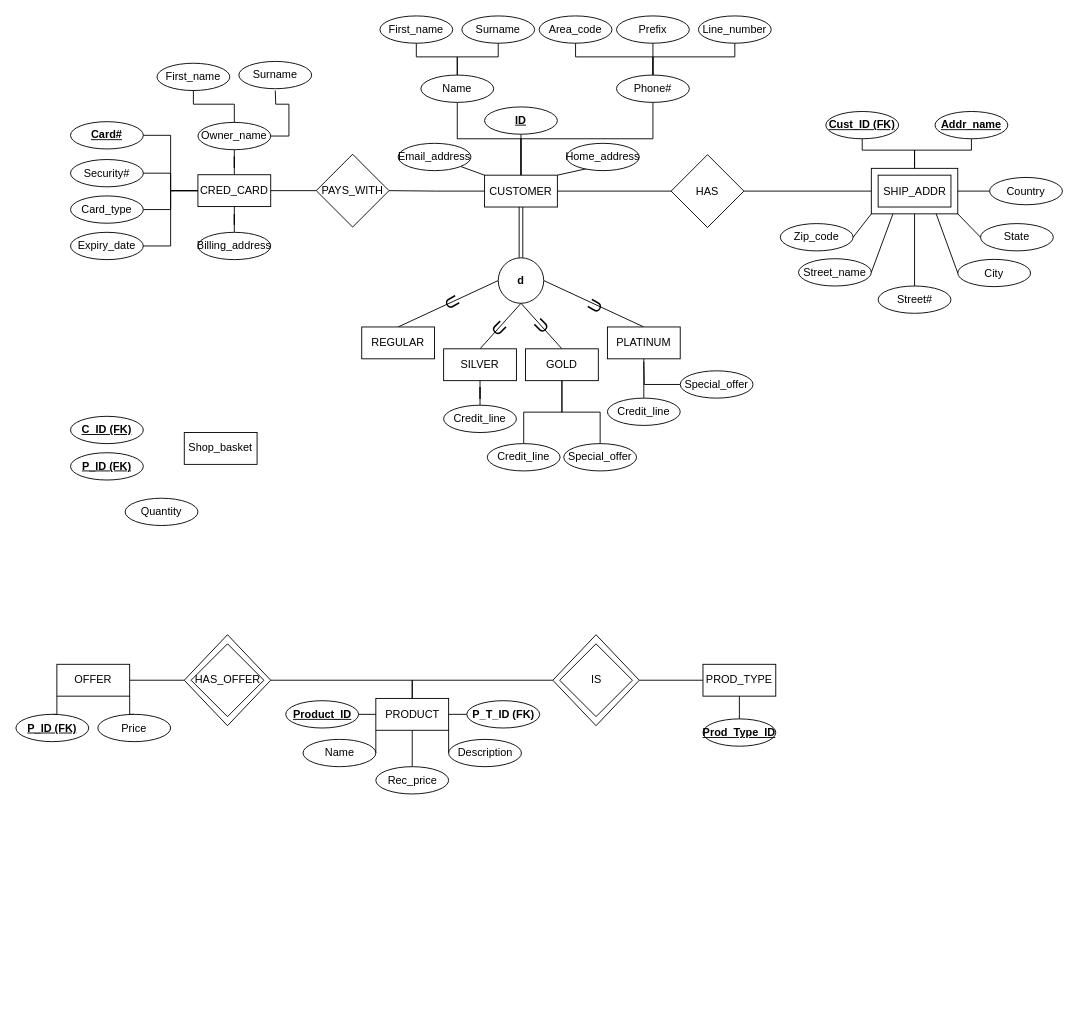
Earlier version of the draw.io diagram Project-Deliverable-1.drawio (RyBres/Database-Project). Source tidied: cells renumbered, new cells numbered last; positions are measured from the earlier drawing's top-left corner, leaving out a move shared by most shapes. Both pictures are drawn from the tidied source at 91%, with x=0, y=0 at pixel (15, 15).
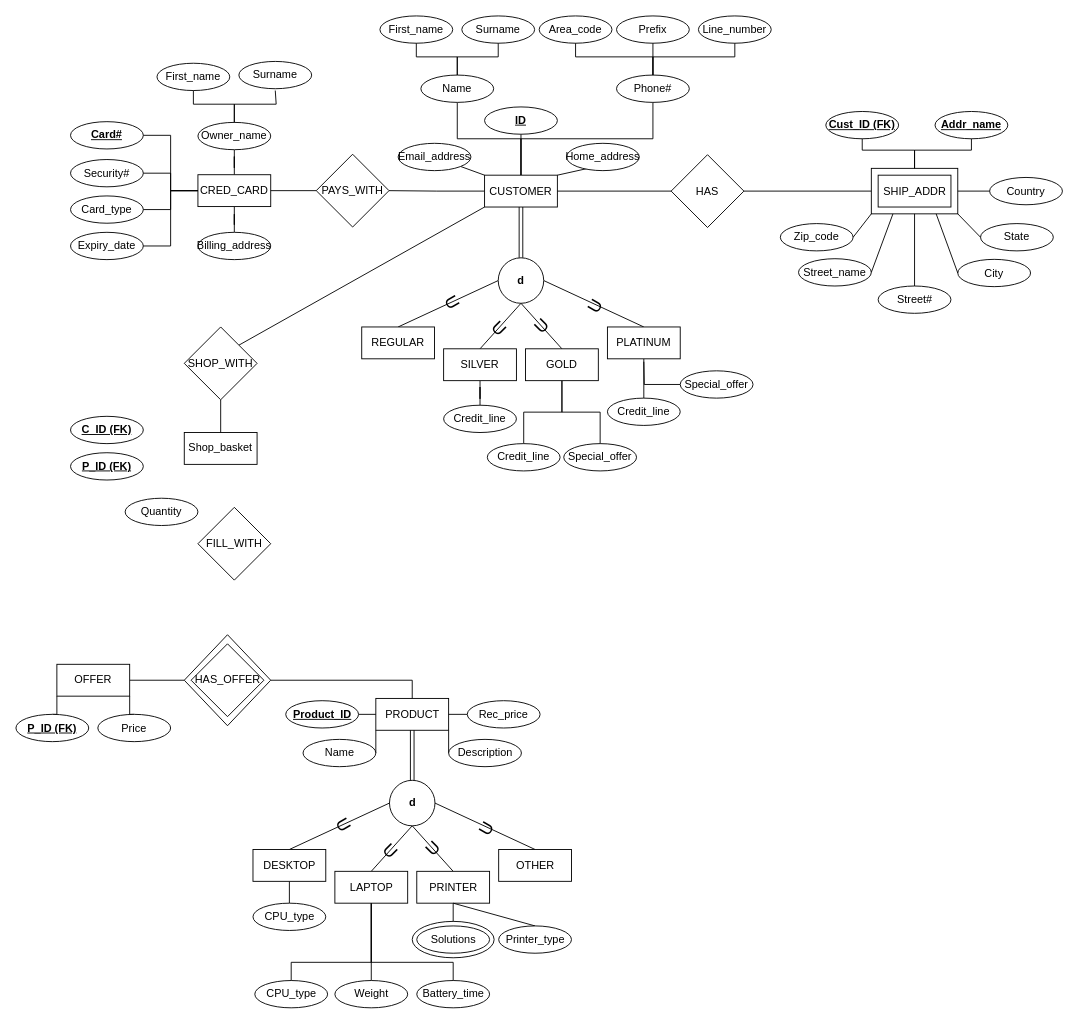
The same diagram, later.

Unchanged cells that the change refers to:
```xml
<mxCell id="8" style="group;" parent="1" vertex="1">
  <mxGeometry x="155" y="50" width="170" height="100" as="geometry" />
</mxCell>
<mxCell id="12" value="Owner_name" style="ellipse;whiteSpace=wrap;html=1;perimeterSpacing=0;" parent="11" vertex="1">
  <mxGeometry x="5" y="5" width="80" height="30" as="geometry" />
</mxCell>
<mxCell id="47" value="CUSTOMER" style="rounded=0;whiteSpace=wrap;html=1;" parent="40" vertex="1">
  <mxGeometry x="145" y="175" width="80" height="35" as="geometry" />
</mxCell>
<mxCell id="105" value="PRODUCT" style="rounded=0;whiteSpace=wrap;html=1;" parent="1" vertex="1">
  <mxGeometry x="395.5" y="750" width="80" height="35" as="geometry" />
</mxCell>
<mxCell id="125" value="Shop_basket" style="rounded=0;whiteSpace=wrap;html=1;" parent="1" vertex="1">
  <mxGeometry x="185" y="457.8" width="80" height="35" as="geometry" />
</mxCell>
```

What changed in the source:
```diff
@@
+    <mxCell id="129" style="ellipse;whiteSpace=wrap;html=1;" parent="1" vertex="1">
+      <mxGeometry x="435.5" y="995" width="90" height="40" as="geometry" />
+    </mxCell>
@@
     <mxCell id="13" style="edgeStyle=orthogonalEdgeStyle;rounded=0;jettySize=auto;html=1;endArrow=none;startFill=0;" parent="8" edge="1" source="12">
       <mxGeometry relative="1" as="geometry">
         <mxPoint x="130" y="32" as="targetPoint" />
+        <Array as="points">
+          <mxPoint x="85" y="47" />
+          <mxPoint x="131" y="47" />
+          <mxPoint x="131" y="32" />
+        </Array>
       </mxGeometry>
     </mxCell>
@@
-    <mxCell id="106" style="edgeStyle=orthogonalEdgeStyle;rounded=0;jettySize=auto;html=1;exitX=0;exitY=0.5;exitDx=0;exitDy=0;entryX=1;entryY=0.5;entryDx=0;entryDy=0;endArrow=none;startFill=0;" parent="1" edge="1" source="108" target="121">
-      <mxGeometry relative="1" as="geometry" />
-    </mxCell>
-    <mxCell id="107" style="edgeStyle=orthogonalEdgeStyle;rounded=0;jettySize=auto;html=1;exitX=0.5;exitY=1;exitDx=0;exitDy=0;entryX=0.5;entryY=0;entryDx=0;entryDy=0;endArrow=none;startFill=0;" parent="1" edge="1" source="108" target="119">
-      <mxGeometry relative="1" as="geometry" />
-    </mxCell>
-    <mxCell id="108" value="PROD_TYPE" style="rounded=0;whiteSpace=wrap;html=1;" parent="1" vertex="1">
-      <mxGeometry x="755" y="712.5" width="80" height="35" as="geometry" />
-    </mxCell>
@@
-    <mxCell id="113" style="edgeStyle=orthogonalEdgeStyle;rounded=0;jettySize=auto;html=1;exitX=0.5;exitY=0;exitDx=0;exitDy=0;entryX=0.5;entryY=1;entryDx=0;entryDy=0;endArrow=none;startFill=0;" parent="1" edge="1" source="114" target="105">
+    <mxCell id="113" style="edgeStyle=orthogonalEdgeStyle;rounded=0;jettySize=auto;html=1;exitX=0;exitY=0.5;exitDx=0;exitDy=0;entryX=1;entryY=0.5;entryDx=0;entryDy=0;endArrow=none;startFill=0;" parent="1" edge="1" source="114" target="105">
       <mxGeometry relative="1" as="geometry" />
     </mxCell>
     <mxCell id="114" value="Rec_price" style="ellipse;whiteSpace=wrap;html=1;" parent="1" vertex="1">
-      <mxGeometry x="395.5" y="825" width="80" height="30" as="geometry" />
+      <mxGeometry x="496" y="752.5" width="80" height="30" as="geometry" />
     </mxCell>
@@
-    <mxCell id="117" style="edgeStyle=orthogonalEdgeStyle;rounded=0;jettySize=auto;html=1;exitX=0;exitY=0.5;exitDx=0;exitDy=0;entryX=1;entryY=0.5;entryDx=0;entryDy=0;endArrow=none;startFill=0;" parent="1" edge="1" source="118" target="105">
-      <mxGeometry relative="1" as="geometry" />
-    </mxCell>
-    <mxCell id="118" value="&lt;b&gt;P_T_ID (FK)&lt;/b&gt;" style="ellipse;whiteSpace=wrap;html=1;" parent="1" vertex="1">
-      <mxGeometry x="495.5" y="752.5" width="80" height="30" as="geometry" />
-    </mxCell>
-    <mxCell id="119" value="&lt;b&gt;&lt;u&gt;Prod_Type_ID&lt;/u&gt;&lt;/b&gt;" style="ellipse;whiteSpace=wrap;html=1;" parent="1" vertex="1">
-      <mxGeometry x="755" y="772.5" width="80" height="30" as="geometry" />
-    </mxCell>
-    <mxCell id="120" style="group;" parent="1" vertex="1">
-      <mxGeometry x="590" y="680" width="95" height="100" as="geometry" />
-    </mxCell>
-    <mxCell id="121" style="rhombus;whiteSpace=wrap;html=1;" parent="120" vertex="1">
-      <mxGeometry width="95" height="100" as="geometry" />
-    </mxCell>
-    <mxCell id="122" value="IS" style="rhombus;whiteSpace=wrap;html=1;" parent="120" vertex="1">
-      <mxGeometry x="7.5" y="10" width="80" height="80" as="geometry" />
-    </mxCell>
-    <mxCell id="123" style="edgeStyle=orthogonalEdgeStyle;rounded=0;jettySize=auto;html=1;exitX=0;exitY=0.5;exitDx=0;exitDy=0;entryX=0.5;entryY=0;entryDx=0;entryDy=0;endArrow=none;startFill=0;" parent="1" edge="1" source="121" target="105">
-      <mxGeometry relative="1" as="geometry" />
-    </mxCell>
@@
+    <mxCell id="130" style="rounded=0;jettySize=auto;html=1;exitX=0;exitY=0.5;exitDx=0;exitDy=0;entryX=0.5;entryY=0;entryDx=0;entryDy=0;endArrow=none;startFill=0;" parent="1" edge="1" source="136" target="138">
+      <mxGeometry relative="1" as="geometry" />
+    </mxCell>
+    <mxCell id="131" style="rounded=0;jettySize=auto;html=1;exitX=0.5;exitY=1;exitDx=0;exitDy=0;entryX=0.5;entryY=0;entryDx=0;entryDy=0;endArrow=none;startFill=0;" parent="1" edge="1" source="136" target="143">
+      <mxGeometry relative="1" as="geometry" />
+    </mxCell>
+    <mxCell id="132" style="rounded=0;jettySize=auto;html=1;exitX=0.5;exitY=1;exitDx=0;exitDy=0;entryX=0.5;entryY=0;entryDx=0;entryDy=0;endArrow=none;startFill=0;" parent="1" edge="1" source="136" target="140">
+      <mxGeometry relative="1" as="geometry" />
+    </mxCell>
+    <mxCell id="133" style="rounded=0;jettySize=auto;html=1;exitX=1;exitY=0.5;exitDx=0;exitDy=0;entryX=0.5;entryY=0;entryDx=0;entryDy=0;endArrow=none;startFill=0;" parent="1" edge="1" source="136" target="144">
+      <mxGeometry relative="1" as="geometry" />
+    </mxCell>
+    <mxCell id="134" value="U" style="edgeLabel;align=center;verticalAlign=middle;rotation=-60;fontSize=19;labelBackgroundColor=none;" parent="133" vertex="1">
+      <mxGeometry y="1" relative="1" as="geometry">
+        <mxPoint x="-1" y="2" as="offset" />
+      </mxGeometry>
+    </mxCell>
+    <mxCell id="135" style="rounded=0;jettySize=auto;html=1;exitX=0.5;exitY=0;exitDx=0;exitDy=0;entryX=0.5;entryY=1;entryDx=0;entryDy=0;endArrow=none;startFill=0;shape=link;" parent="1" edge="1" source="136" target="105">
+      <mxGeometry relative="1" as="geometry" />
+    </mxCell>
+    <mxCell id="136" value="&lt;b&gt;d&lt;/b&gt;" style="ellipse;whiteSpace=wrap;html=1;" parent="1" vertex="1">
+      <mxGeometry x="410.5" y="840" width="50" height="50" as="geometry" />
+    </mxCell>
+    <mxCell id="137" style="edgeStyle=orthogonalEdgeStyle;rounded=0;jettySize=auto;html=1;exitX=0.5;exitY=1;exitDx=0;exitDy=0;entryX=0.5;entryY=0;entryDx=0;entryDy=0;endArrow=none;startFill=0;" parent="1" edge="1" source="138" target="148">
+      <mxGeometry relative="1" as="geometry" />
+    </mxCell>
+    <mxCell id="138" value="DESKTOP" style="rounded=0;whiteSpace=wrap;html=1;" parent="1" vertex="1">
+      <mxGeometry x="260.5" y="916" width="80" height="35" as="geometry" />
+    </mxCell>
+    <mxCell id="139" style="edgeStyle=orthogonalEdgeStyle;rounded=0;jettySize=auto;html=1;exitX=0.5;exitY=1;exitDx=0;exitDy=0;entryX=0.5;entryY=0;entryDx=0;entryDy=0;endArrow=none;startFill=0;" parent="1" edge="1" source="140" target="129">
+      <mxGeometry relative="1" as="geometry" />
+    </mxCell>
+    <mxCell id="140" value="PRINTER" style="rounded=0;whiteSpace=wrap;html=1;" parent="1" vertex="1">
+      <mxGeometry x="440.5" y="940" width="80" height="35" as="geometry" />
+    </mxCell>
+    <mxCell id="141" style="edgeStyle=orthogonalEdgeStyle;rounded=0;jettySize=auto;html=1;exitX=0.5;exitY=1;exitDx=0;exitDy=0;entryX=0.5;entryY=0;entryDx=0;entryDy=0;endArrow=none;startFill=0;" parent="1" edge="1" source="143" target="149">
+      <mxGeometry relative="1" as="geometry">
+        <Array as="points">
+          <mxPoint x="390.5" y="1040" />
+          <mxPoint x="480.5" y="1040" />
+        </Array>
+      </mxGeometry>
+    </mxCell>
+    <mxCell id="142" style="edgeStyle=orthogonalEdgeStyle;rounded=0;jettySize=auto;html=1;exitX=0.5;exitY=1;exitDx=0;exitDy=0;entryX=0.5;entryY=0;entryDx=0;entryDy=0;endArrow=none;startFill=0;" parent="1" edge="1" source="143" target="153">
+      <mxGeometry relative="1" as="geometry" />
+    </mxCell>
+    <mxCell id="143" value="LAPTOP" style="rounded=0;whiteSpace=wrap;html=1;" parent="1" vertex="1">
+      <mxGeometry x="350.5" y="940" width="80" height="35" as="geometry" />
+    </mxCell>
+    <mxCell id="144" value="OTHER" style="rounded=0;whiteSpace=wrap;html=1;" parent="1" vertex="1">
+      <mxGeometry x="530.5" y="916" width="80" height="35" as="geometry" />
+    </mxCell>
+    <mxCell id="145" value="U" style="edgeLabel;align=center;verticalAlign=middle;rotation=60;fontSize=19;labelBackgroundColor=none;" parent="1" vertex="1">
+      <mxGeometry x="361.5" y="887.8" as="geometry" />
+    </mxCell>
+    <mxCell id="146" value="U" style="edgeLabel;align=center;verticalAlign=middle;rotation=45;fontSize=19;labelBackgroundColor=none;" parent="1" vertex="1">
+      <mxGeometry x="369.5" y="913" as="geometry">
+        <mxPoint x="32.6" y="-28.5" as="offset" />
+      </mxGeometry>
+    </mxCell>
+    <mxCell id="147" value="U" style="edgeLabel;align=center;verticalAlign=middle;rotation=-45;fontSize=19;labelBackgroundColor=none;" parent="1" vertex="1">
+      <mxGeometry x="456.5" y="913" as="geometry" />
+    </mxCell>
+    <mxCell id="148" value="CPU_type" style="ellipse;whiteSpace=wrap;html=1;" parent="1" vertex="1">
+      <mxGeometry x="260.5" y="975" width="80" height="30" as="geometry" />
+    </mxCell>
+    <mxCell id="149" value="Battery_time" style="ellipse;whiteSpace=wrap;html=1;" parent="1" vertex="1">
+      <mxGeometry x="440.5" y="1060" width="80" height="30" as="geometry" />
+    </mxCell>
+    <mxCell id="150" style="rounded=0;jettySize=auto;html=1;exitX=0.5;exitY=0;exitDx=0;exitDy=0;entryX=0.5;entryY=1;entryDx=0;entryDy=0;endArrow=none;startFill=0;" parent="1" edge="1" source="151" target="140">
+      <mxGeometry relative="1" as="geometry" />
+    </mxCell>
+    <mxCell id="151" value="Printer_type" style="ellipse;whiteSpace=wrap;html=1;" parent="1" vertex="1">
+      <mxGeometry x="530.5" y="1000" width="80" height="30" as="geometry" />
+    </mxCell>
+    <mxCell id="152" value="Solutions" style="ellipse;whiteSpace=wrap;html=1;" parent="1" vertex="1">
+      <mxGeometry x="440.5" y="1000" width="80" height="30" as="geometry" />
+    </mxCell>
+    <mxCell id="153" value="Weight" style="ellipse;whiteSpace=wrap;html=1;" parent="1" vertex="1">
+      <mxGeometry x="350.5" y="1060" width="80" height="30" as="geometry" />
+    </mxCell>
+    <mxCell id="154" style="edgeStyle=orthogonalEdgeStyle;rounded=0;jettySize=auto;html=1;exitX=0.5;exitY=0;exitDx=0;exitDy=0;entryX=0.5;entryY=1;entryDx=0;entryDy=0;endArrow=none;startFill=0;" parent="1" edge="1" source="155" target="143">
+      <mxGeometry relative="1" as="geometry">
+        <Array as="points">
+          <mxPoint x="302.5" y="1040" />
+          <mxPoint x="390.5" y="1040" />
+        </Array>
+      </mxGeometry>
+    </mxCell>
+    <mxCell id="155" value="CPU_type" style="ellipse;whiteSpace=wrap;html=1;" parent="1" vertex="1">
+      <mxGeometry x="262.5" y="1060" width="80" height="30" as="geometry" />
+    </mxCell>
+    <mxCell id="156" style="edgeStyle=orthogonalEdgeStyle;rounded=0;jettySize=auto;html=1;exitX=0.5;exitY=1;exitDx=0;exitDy=0;entryX=0.5;entryY=0;entryDx=0;entryDy=0;endArrow=none;startFill=0;" parent="1" edge="1" source="158" target="125">
+      <mxGeometry relative="1" as="geometry" />
+    </mxCell>
+    <mxCell id="157" style="rounded=0;jettySize=auto;html=1;exitX=1;exitY=0;exitDx=0;exitDy=0;entryX=0;entryY=1;entryDx=0;entryDy=0;endArrow=none;startFill=0;" parent="1" edge="1" source="158" target="47">
+      <mxGeometry relative="1" as="geometry" />
+    </mxCell>
+    <mxCell id="158" value="SHOP_WITH" style="rhombus;whiteSpace=wrap;html=1;" parent="1" vertex="1">
+      <mxGeometry x="185" y="341.8" width="80" height="80" as="geometry" />
+    </mxCell>
+    <mxCell id="159" value="FILL_WITH" style="rhombus;whiteSpace=wrap;html=1;" parent="1" vertex="1">
+      <mxGeometry x="200" y="540" width="80" height="80" as="geometry" />
+    </mxCell>
```
